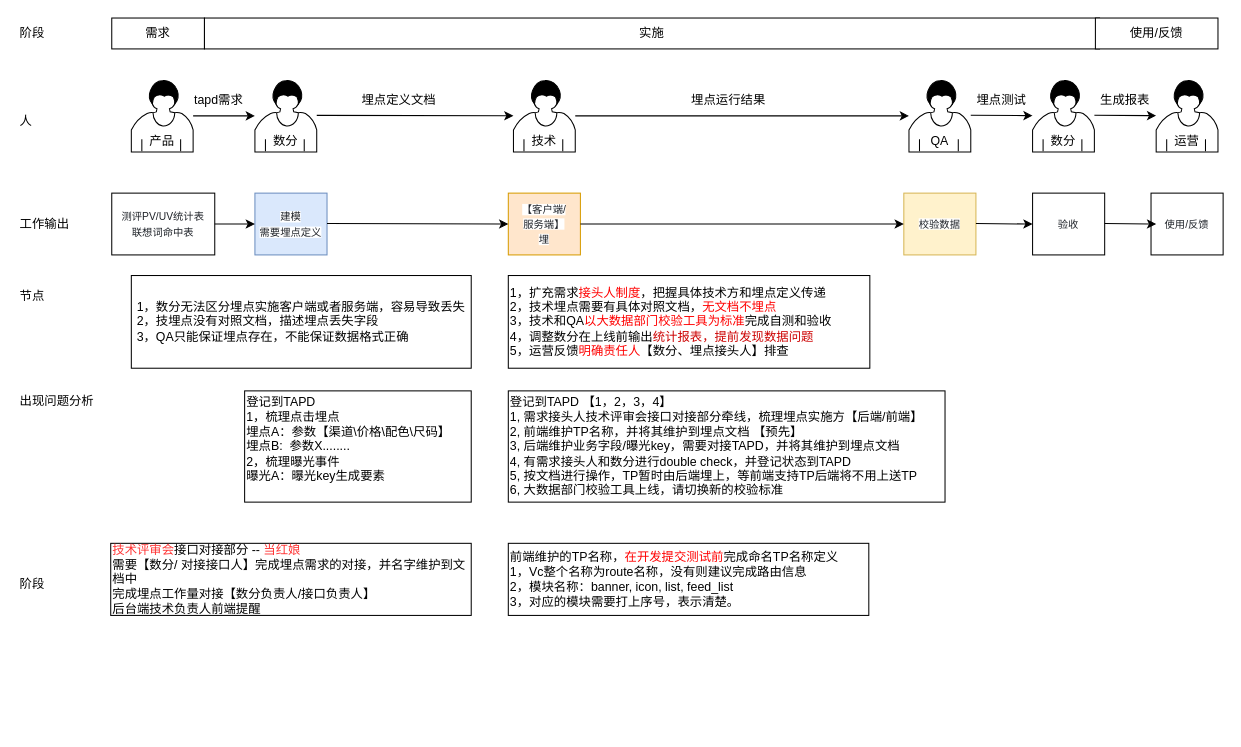
aiquantong/Hero keeps this draw.io diagram as 任务流转流程.drawio. Above is the earlier version. Source tidied: cells renumbered, new cells numbered last; positions are measured from the earlier drawing's top-left corner, leaving out a move shared by most shapes. Both pictures are drawn from the tidied source at 103%, with x=0, y=0 at pixel (18, 18).
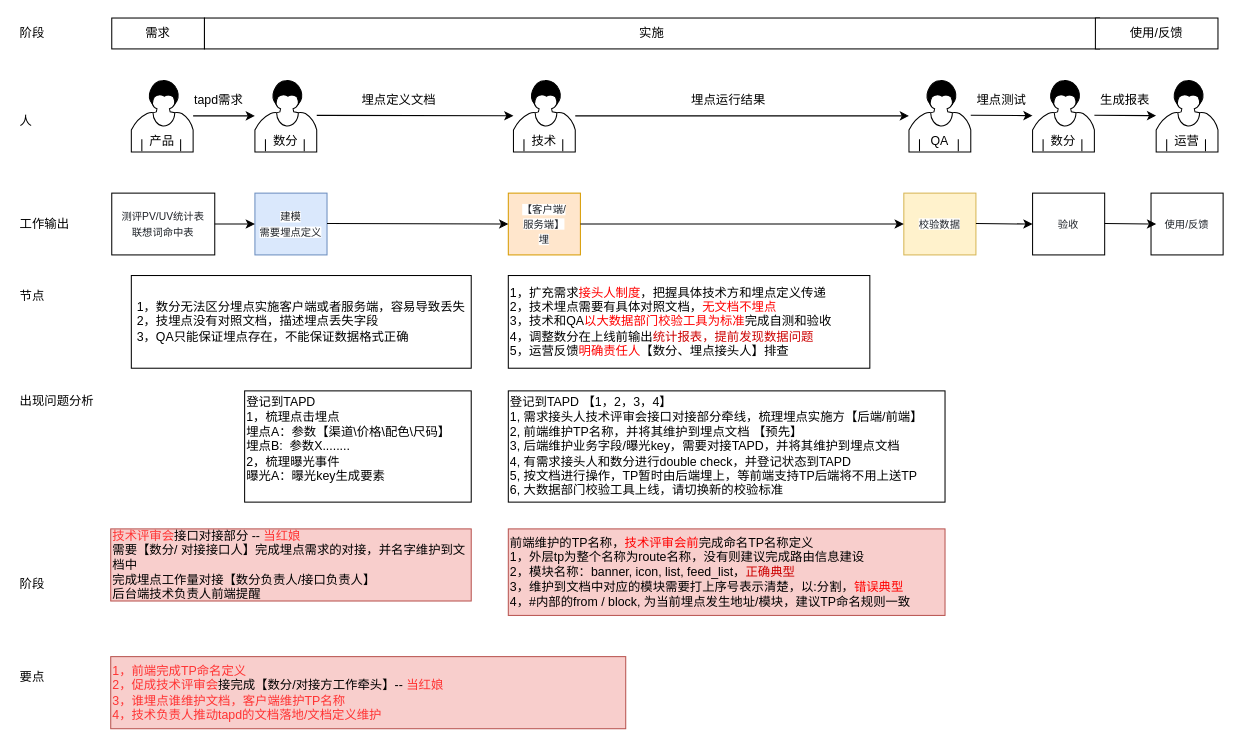
The same page after the edit.

Commit message:
Update 任务流转流程.drawio

Change to the diagram source:
```diff
@@
-    <mxCell id="48" value="&lt;font color=&quot;#ff3333&quot;&gt;技术评审会&lt;/font&gt;接口对接部分 -- &lt;font color=&quot;#ff3333&quot;&gt;当红娘&lt;/font&gt;&lt;br&gt;需要【数分/ 对接接口人】完成埋点需求的对接，并名字维护到文档中&lt;br&gt;完成埋点工作量对接【数分负责人/接口负责人】&lt;br&gt;后台端技术负责人前端提醒" style="rounded=0;whiteSpace=wrap;html=1;align=left;" parent="1" vertex="1">
-      <mxGeometry x="90" y="510" width="350" height="70" as="geometry" />
+    <mxCell id="48" value="&lt;font color=&quot;#ff3333&quot;&gt;技术评审会&lt;/font&gt;接口对接部分 -- &lt;font color=&quot;#ff3333&quot;&gt;当红娘&lt;/font&gt;&lt;br&gt;需要【数分/ 对接接口人】完成埋点需求的对接，并名字维护到文档中&lt;br&gt;完成埋点工作量对接【数分负责人/接口负责人】&lt;br&gt;后台端技术负责人前端提醒" style="rounded=0;whiteSpace=wrap;html=1;align=left;fillColor=#f8cecc;strokeColor=#b85450;" parent="1" vertex="1">
+      <mxGeometry x="90" y="496" width="350" height="70" as="geometry" />
     </mxCell>
-    <mxCell id="49" value="前端维护的TP名称，&lt;font color=&quot;#ff0000&quot;&gt;在开发提交测试前&lt;/font&gt;完成命名TP名称定义&amp;nbsp;&lt;br&gt;1，Vc整个名称为route名称，没有则建议完成路由信息&lt;br&gt;2，模块名称：banner, icon, list, feed_list&lt;br&gt;3，对应的模块需要打上序号，表示清楚。" style="rounded=0;whiteSpace=wrap;html=1;align=left;" parent="1" vertex="1">
-      <mxGeometry x="476" y="510" width="350" height="70" as="geometry" />
+    <mxCell id="49" value="前端维护的TP名称，&lt;font color=&quot;#ff0000&quot;&gt;技术评审会前&lt;/font&gt;完成命名TP名称定义&amp;nbsp;&lt;br&gt;1，外层tp为整个名称为route名称，没有则建议完成路由信息建设&lt;br&gt;2，模块名称：banner, icon, list, feed_list，&lt;font color=&quot;#cc0000&quot;&gt;正确典型&lt;/font&gt;&lt;br&gt;3，维护到文档中对应的模块需要打上序号表示清楚，以:分割，&lt;font color=&quot;#ff0000&quot;&gt;错误典型&lt;/font&gt;&lt;br&gt;4，#内部的from / block, 为当前埋点发生地址/模块，建议TP命名规则一致" style="rounded=0;whiteSpace=wrap;html=1;align=left;fillColor=#f8cecc;strokeColor=#b85450;" parent="1" vertex="1">
+      <mxGeometry x="476" y="496" width="424" height="84" as="geometry" />
     </mxCell>
+    <mxCell id="50" value="要点" style="text;html=1;strokeColor=none;fillColor=none;align=left;verticalAlign=middle;whiteSpace=wrap;rounded=0;" parent="1" vertex="1">
+      <mxGeometry y="630" width="55" height="20" as="geometry" />
+    </mxCell>
+    <mxCell id="51" value="&lt;font color=&quot;#ff3333&quot;&gt;1，前端完成TP命名定义&lt;br&gt;2，促成技术评审会&lt;/font&gt;接完成【数分/对接方工作牵头】-- &lt;font color=&quot;#ff3333&quot;&gt;当红娘&lt;br&gt;3，谁埋点谁维护文档，客户端维护TP名称&lt;br&gt;4，技术负责人推动tapd的文档落地/文档定义维护&lt;br&gt;&lt;/font&gt;" style="rounded=0;whiteSpace=wrap;html=1;align=left;fillColor=#f8cecc;strokeColor=#b85450;" parent="1" vertex="1">
+      <mxGeometry x="90" y="620" width="500" height="70" as="geometry" />
+    </mxCell>
```
